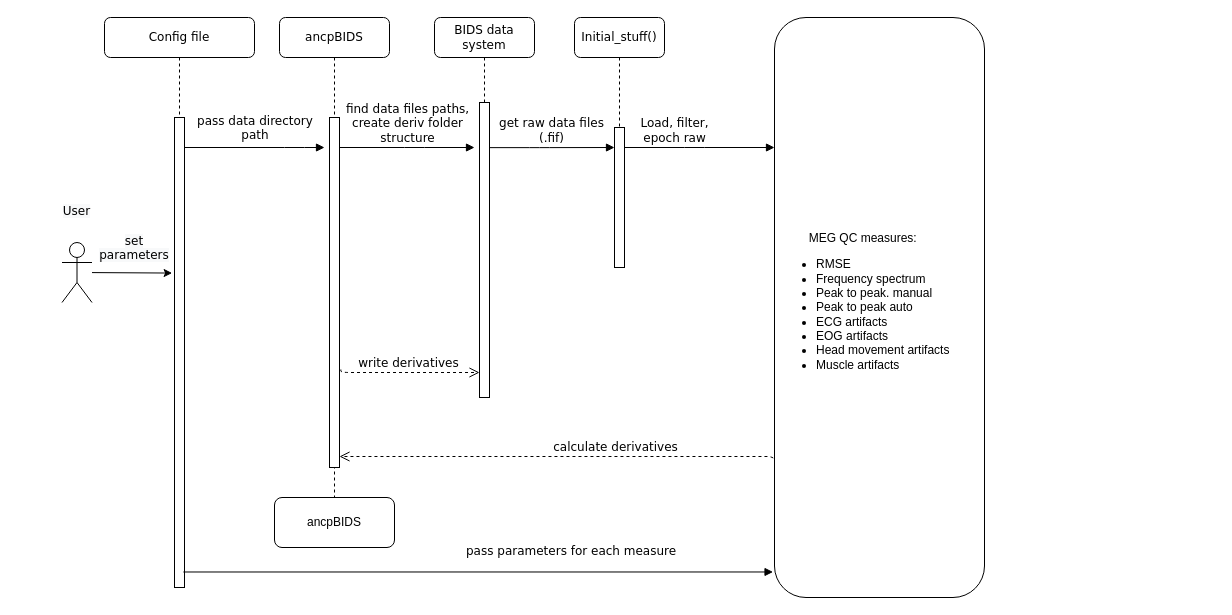
Before: MEG_QC_flow_small.drawio in oldgandalf/MEGqcJorge, a draw.io diagram. Source tidied: cells renumbered, new cells numbered last; positions are measured from the earlier drawing's top-left corner, leaving out a move shared by most shapes. Both pictures are drawn from the tidied source at 100%, with x=0, y=0 at pixel (39, 17).
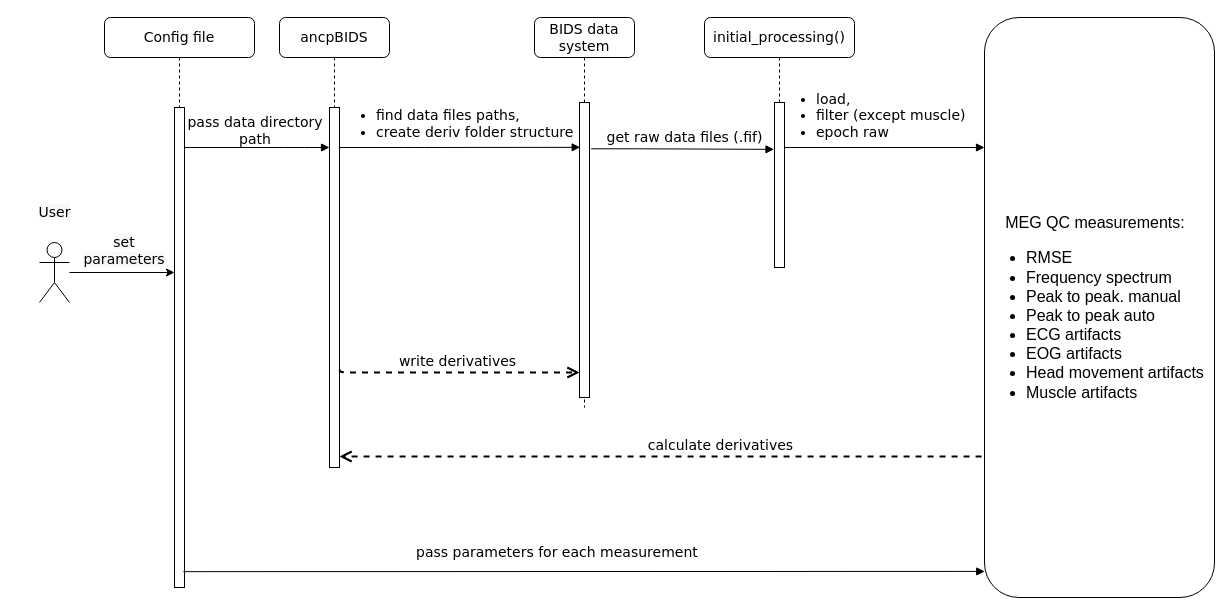
Above is the later version.

Commit message (it also covers changes not shown here):
adding error messages for user input. correcting flow diagrams

Diff of the diagram source:
```diff
@@
-    <mxCell id="2" value="ancpBIDS" style="shape=umlLifeline;perimeter=lifelinePerimeter;whiteSpace=wrap;html=1;rounded=1;shadow=0;comic=0;labelBackgroundColor=none;strokeWidth=1;fontFamily=Verdana;fontSize=12;align=center;" parent="1" vertex="1">
-      <mxGeometry x="240" width="110" height="480" as="geometry" />
+    <mxCell id="2" value="ancpBIDS" style="shape=umlLifeline;perimeter=lifelinePerimeter;whiteSpace=wrap;html=1;rounded=1;shadow=0;comic=0;labelBackgroundColor=none;strokeWidth=1;fontFamily=Verdana;fontSize=14;align=center;" parent="1" vertex="1">
+      <mxGeometry x="240" width="110" height="450" as="geometry" />
     </mxCell>
-    <mxCell id="3" style="html=1;points=[];perimeter=orthogonalPerimeter;rounded=0;shadow=0;comic=0;labelBackgroundColor=none;strokeWidth=1;fontFamily=Verdana;fontSize=12;align=center;" parent="2" vertex="1">
-      <mxGeometry x="50" y="100" width="10" height="350" as="geometry" />
+    <mxCell id="3" style="html=1;points=[];perimeter=orthogonalPerimeter;rounded=0;shadow=0;comic=0;labelBackgroundColor=none;strokeWidth=1;fontFamily=Verdana;fontSize=14;align=center;" parent="2" vertex="1">
+      <mxGeometry x="50" y="90" width="10" height="360" as="geometry" />
     </mxCell>
-    <mxCell id="4" value="BIDS data system" style="shape=umlLifeline;perimeter=lifelinePerimeter;whiteSpace=wrap;html=1;rounded=1;shadow=0;comic=0;labelBackgroundColor=none;strokeWidth=1;fontFamily=Verdana;fontSize=12;align=center;" parent="1" vertex="1">
-      <mxGeometry x="395" width="100" height="380" as="geometry" />
+    <mxCell id="4" value="BIDS data system" style="shape=umlLifeline;perimeter=lifelinePerimeter;whiteSpace=wrap;html=1;rounded=1;shadow=0;comic=0;labelBackgroundColor=none;strokeWidth=1;fontFamily=Verdana;fontSize=14;align=center;" parent="1" vertex="1">
+      <mxGeometry x="495" width="100" height="390" as="geometry" />
     </mxCell>
-    <mxCell id="5" style="html=1;points=[];perimeter=orthogonalPerimeter;rounded=0;shadow=0;comic=0;labelBackgroundColor=none;strokeWidth=1;fontFamily=Verdana;fontSize=12;align=center;" parent="4" vertex="1">
+    <mxCell id="5" style="html=1;points=[];perimeter=orthogonalPerimeter;rounded=0;shadow=0;comic=0;labelBackgroundColor=none;strokeWidth=1;fontFamily=Verdana;fontSize=14;align=center;" parent="4" vertex="1">
       <mxGeometry x="45" y="85" width="10" height="295" as="geometry" />
     </mxCell>
-    <mxCell id="6" value="Config file" style="shape=umlLifeline;perimeter=lifelinePerimeter;whiteSpace=wrap;html=1;rounded=1;shadow=0;comic=0;labelBackgroundColor=none;strokeWidth=1;fontFamily=Verdana;fontSize=12;align=center;" parent="1" vertex="1">
+    <mxCell id="6" value="Config file" style="shape=umlLifeline;perimeter=lifelinePerimeter;whiteSpace=wrap;html=1;rounded=1;shadow=0;comic=0;labelBackgroundColor=none;strokeWidth=1;fontFamily=Verdana;fontSize=14;align=center;" parent="1" vertex="1">
       <mxGeometry x="65" width="150" height="570" as="geometry" />
     </mxCell>
-    <mxCell id="7" style="html=1;points=[];perimeter=orthogonalPerimeter;rounded=0;shadow=0;comic=0;labelBackgroundColor=none;strokeWidth=1;fontFamily=Verdana;fontSize=12;align=center;" parent="6" vertex="1">
-      <mxGeometry x="70" y="100" width="10" height="470" as="geometry" />
+    <mxCell id="7" style="html=1;points=[];perimeter=orthogonalPerimeter;rounded=0;shadow=0;comic=0;labelBackgroundColor=none;strokeWidth=1;fontFamily=Verdana;fontSize=14;align=center;" parent="6" vertex="1">
+      <mxGeometry x="70" y="90" width="10" height="480" as="geometry" />
     </mxCell>
-    <mxCell id="8" value="&lt;div style=&quot;text-align: center;&quot;&gt;&lt;span style=&quot;background-color: initial;&quot;&gt;&lt;font face=&quot;Verdana&quot;&gt;pass data directory path&lt;/font&gt;&lt;/span&gt;&lt;/div&gt;" style="text;whiteSpace=wrap;html=1;" parent="6" vertex="1">
+    <mxCell id="8" value="&lt;div style=&quot;text-align: center; font-size: 14px;&quot;&gt;&lt;span style=&quot;background-color: initial; font-size: 14px;&quot;&gt;&lt;font face=&quot;Verdana&quot; style=&quot;font-size: 14px;&quot;&gt;pass data directory path&lt;/font&gt;&lt;/span&gt;&lt;/div&gt;" style="text;whiteSpace=wrap;html=1;fontSize=14;" parent="6" vertex="1">
       <mxGeometry x="80" y="90" width="140" height="50" as="geometry" />
     </mxCell>
+    <mxCell id="14" value="&lt;span style=&quot;color: rgb(0, 0, 0); font-family: Verdana; font-size: 14px; font-style: normal; font-variant-ligatures: normal; font-variant-caps: normal; font-weight: 400; letter-spacing: normal; orphans: 2; text-indent: 0px; text-transform: none; widows: 2; word-spacing: 0px; -webkit-text-stroke-width: 0px; background-color: rgb(248, 249, 250); text-decoration-thickness: initial; text-decoration-style: initial; text-decoration-color: initial; float: none; display: inline !important;&quot;&gt;set parameters&lt;/span&gt;" style="text;whiteSpace=wrap;html=1;align=center;fontSize=14;" parent="6" vertex="1">
+      <mxGeometry x="-20" y="210" width="80" height="40" as="geometry" />
+    </mxCell>
-    <mxCell id="9" value="calculate derivatives" style="html=1;verticalAlign=bottom;endArrow=open;dashed=1;endSize=8;labelBackgroundColor=none;fontFamily=Verdana;fontSize=12;edgeStyle=elbowEdgeStyle;elbow=vertical;exitX=0.012;exitY=0.954;exitDx=0;exitDy=0;exitPerimeter=0;" parent="1" edge="1" source="15" target="3">
+    <mxCell id="9" value="calculate derivatives" style="html=1;verticalAlign=bottom;endArrow=open;dashed=1;endSize=8;labelBackgroundColor=none;fontFamily=Verdana;fontSize=14;edgeStyle=elbowEdgeStyle;elbow=vertical;exitX=0.012;exitY=0.954;exitDx=0;exitDy=0;exitPerimeter=0;rounded=0;strokeWidth=2;" parent="1" edge="1" source="15" target="3">
       <mxGeometry relative="1" as="geometry">
         <Array as="points">
           <mxPoint x="405" y="439" />
         </Array>
       </mxGeometry>
     </mxCell>
-    <mxCell id="10" style="html=1;verticalAlign=bottom;endArrow=block;labelBackgroundColor=none;fontFamily=Verdana;fontSize=12;edgeStyle=elbowEdgeStyle;elbow=vertical;" parent="1" edge="1" source="7">
+    <mxCell id="10" style="html=1;verticalAlign=bottom;endArrow=block;labelBackgroundColor=none;fontFamily=Verdana;fontSize=14;edgeStyle=elbowEdgeStyle;elbow=vertical;" parent="1" edge="1" source="7">
       <mxGeometry relative="1" as="geometry">
-        <mxPoint x="285" y="130" as="targetPoint" />
+        <mxPoint x="290" y="130" as="targetPoint" />
         <Array as="points">
           <mxPoint x="255" y="130" />
         </Array>
       </mxGeometry>
     </mxCell>
-    <mxCell id="11" value="find data files paths, &lt;br&gt;create deriv folder &lt;br&gt;structure" style="html=1;verticalAlign=bottom;endArrow=block;labelBackgroundColor=none;fontFamily=Verdana;fontSize=12;edgeStyle=elbowEdgeStyle;elbow=horizontal;" parent="1" edge="1" source="3">
-      <mxGeometry relative="1" as="geometry">
-        <mxPoint x="435" y="130" as="targetPoint" />
+    <mxCell id="11" value="&lt;ul style=&quot;font-size: 14px;&quot;&gt;&lt;li style=&quot;font-size: 14px;&quot;&gt;&lt;span style=&quot;background-color: initial; font-size: 14px;&quot;&gt;find data files paths,&lt;/span&gt;&lt;/li&gt;&lt;li style=&quot;font-size: 14px;&quot;&gt;&lt;span style=&quot;background-color: initial; font-size: 14px;&quot;&gt;create deriv folder structure&lt;/span&gt;&lt;/li&gt;&lt;/ul&gt;" style="html=1;verticalAlign=bottom;endArrow=block;labelBackgroundColor=none;fontFamily=Verdana;fontSize=14;edgeStyle=elbowEdgeStyle;elbow=horizontal;align=left;entryX=0.069;entryY=0.152;entryDx=0;entryDy=0;entryPerimeter=0;" parent="1" edge="1" source="3" target="5">
+      <mxGeometry x="-1" y="-11" relative="1" as="geometry">
         <Array as="points">
           <mxPoint x="375" y="130" />
         </Array>
+        <mxPoint x="-5" y="-1" as="offset" />
       </mxGeometry>
     </mxCell>
-    <mxCell id="12" style="shape=umlActor;verticalLabelPosition=bottom;verticalAlign=top;html=1;outlineConnect=0;" parent="1" vertex="1">
-      <mxGeometry x="22.5" y="225" width="30" height="60" as="geometry" />
+    <mxCell id="12" style="shape=umlActor;verticalLabelPosition=bottom;verticalAlign=top;html=1;outlineConnect=0;fontSize=14;" parent="1" vertex="1">
+      <mxGeometry y="225" width="30" height="60" as="geometry" />
     </mxCell>
-    <mxCell id="13" style="endArrow=classic;html=1;rounded=0;entryX=-0.238;entryY=0.331;entryDx=0;entryDy=0;entryPerimeter=0;" parent="1" edge="1" source="12" target="7">
-      <mxGeometry relative="1" as="geometry" />
+    <mxCell id="13" style="endArrow=classic;html=1;rounded=0;fontSize=14;" parent="1" edge="1" source="12">
+      <mxGeometry relative="1" as="geometry">
+        <mxPoint x="135" y="255" as="targetPoint" />
+      </mxGeometry>
     </mxCell>
-    <mxCell id="14" value="&lt;span style=&quot;color: rgb(0, 0, 0); font-family: Verdana; font-size: 12px; font-style: normal; font-variant-ligatures: normal; font-variant-caps: normal; font-weight: 400; letter-spacing: normal; orphans: 2; text-indent: 0px; text-transform: none; widows: 2; word-spacing: 0px; -webkit-text-stroke-width: 0px; background-color: rgb(248, 249, 250); text-decoration-thickness: initial; text-decoration-style: initial; text-decoration-color: initial; float: none; display: inline !important;&quot;&gt;set parameters&lt;/span&gt;" style="text;whiteSpace=wrap;html=1;align=center;" parent="1" vertex="1">
-      <mxGeometry x="55" y="210" width="80" height="40" as="geometry" />
-    </mxCell>
-    <mxCell id="15" value="&lt;div style=&quot;text-align: center;&quot;&gt;&lt;span style=&quot;background-color: initial;&quot;&gt;MEG QC measures:&lt;/span&gt;&lt;/div&gt;&lt;ul&gt;&lt;li&gt;RMSE&lt;/li&gt;&lt;li&gt;Frequency spectrum&lt;/li&gt;&lt;li&gt;Peak to peak. manual&lt;/li&gt;&lt;li&gt;Peak to peak auto&lt;/li&gt;&lt;li&gt;ECG artifacts&lt;/li&gt;&lt;li&gt;EOG artifacts&lt;/li&gt;&lt;li&gt;Head movement artifacts&lt;/li&gt;&lt;li&gt;Muscle artifacts&lt;/li&gt;&lt;/ul&gt;" style="rounded=1;whiteSpace=wrap;html=1;align=left;horizontal=1;verticalAlign=middle;" parent="1" vertex="1">
-      <mxGeometry x="735" width="210" height="580" as="geometry" />
+    <mxCell id="15" value="&lt;p style=&quot;line-height: 1.2; font-size: 16px;&quot;&gt;&lt;/p&gt;&lt;div style=&quot;text-align: center; font-size: 16px;&quot;&gt;&lt;span style=&quot;background-color: initial; font-size: 16px;&quot;&gt;&lt;font style=&quot;font-size: 16px;&quot;&gt;MEG QC measurements:&lt;/font&gt;&lt;/span&gt;&lt;/div&gt;&lt;ul style=&quot;font-size: 16px;&quot;&gt;&lt;li style=&quot;font-size: 16px;&quot;&gt;&lt;font style=&quot;font-size: 16px;&quot;&gt;RMSE&lt;/font&gt;&lt;/li&gt;&lt;li style=&quot;font-size: 16px;&quot;&gt;&lt;font style=&quot;font-size: 16px;&quot;&gt;Frequency spectrum&lt;/font&gt;&lt;/li&gt;&lt;li style=&quot;font-size: 16px;&quot;&gt;&lt;font style=&quot;font-size: 16px;&quot;&gt;Peak to peak. manual&lt;/font&gt;&lt;/li&gt;&lt;li style=&quot;font-size: 16px;&quot;&gt;&lt;font style=&quot;font-size: 16px;&quot;&gt;Peak to peak auto&lt;/font&gt;&lt;/li&gt;&lt;li style=&quot;font-size: 16px;&quot;&gt;&lt;font style=&quot;font-size: 16px;&quot;&gt;ECG artifacts&lt;/font&gt;&lt;/li&gt;&lt;li style=&quot;font-size: 16px;&quot;&gt;&lt;font style=&quot;font-size: 16px;&quot;&gt;EOG artifacts&lt;/font&gt;&lt;/li&gt;&lt;li style=&quot;font-size: 16px;&quot;&gt;&lt;font style=&quot;font-size: 16px;&quot;&gt;Head movement artifacts&lt;/font&gt;&lt;/li&gt;&lt;li style=&quot;font-size: 16px;&quot;&gt;&lt;font style=&quot;font-size: 16px;&quot;&gt;Muscle artifacts&lt;/font&gt;&lt;/li&gt;&lt;/ul&gt;&lt;p style=&quot;font-size: 16px;&quot;&gt;&lt;/p&gt;" style="rounded=1;whiteSpace=wrap;html=1;align=left;horizontal=1;verticalAlign=middle;fontSize=16;" parent="1" vertex="1">
+      <mxGeometry x="945" width="230" height="580" as="geometry" />
     </mxCell>
-    <mxCell id="16" value="&lt;span style=&quot;color: rgb(0, 0, 0); font-family: Verdana; font-size: 12px; font-style: normal; font-variant-ligatures: normal; font-variant-caps: normal; font-weight: 400; letter-spacing: normal; orphans: 2; text-indent: 0px; text-transform: none; widows: 2; word-spacing: 0px; -webkit-text-stroke-width: 0px; background-color: rgb(248, 249, 250); text-decoration-thickness: initial; text-decoration-style: initial; text-decoration-color: initial; float: none; display: inline !important;&quot;&gt;User&lt;/span&gt;" style="text;whiteSpace=wrap;html=1;align=center;" parent="1" vertex="1">
-      <mxGeometry y="180" width="75" height="30" as="geometry" />
+    <mxCell id="16" value="&lt;span style=&quot;color: rgb(0, 0, 0); font-family: Verdana; font-size: 14px; font-style: normal; font-variant-ligatures: normal; font-variant-caps: normal; font-weight: 400; letter-spacing: normal; orphans: 2; text-indent: 0px; text-transform: none; widows: 2; word-spacing: 0px; -webkit-text-stroke-width: 0px; background-color: rgb(248, 249, 250); text-decoration-thickness: initial; text-decoration-style: initial; text-decoration-color: initial; float: none; display: inline !important;&quot;&gt;User&lt;/span&gt;" style="text;whiteSpace=wrap;html=1;align=center;fontSize=14;" parent="1" vertex="1">
+      <mxGeometry x="-22.5" y="180" width="75" height="30" as="geometry" />
     </mxCell>
-    <mxCell id="17" value="Load, filter,&lt;br&gt;epoch raw" style="html=1;verticalAlign=bottom;endArrow=block;labelBackgroundColor=none;fontFamily=Verdana;fontSize=12;edgeStyle=elbowEdgeStyle;elbow=vertical;" parent="1" edge="1" source="19">
-      <mxGeometry x="-0.33" relative="1" as="geometry">
-        <mxPoint x="735" y="130" as="targetPoint" />
+    <mxCell id="17" value="&lt;ul style=&quot;font-size: 14px;&quot;&gt;&lt;li style=&quot;font-size: 14px;&quot;&gt;load,&amp;nbsp;&lt;/li&gt;&lt;li style=&quot;font-size: 14px;&quot;&gt;filter (except muscle)&lt;/li&gt;&lt;li style=&quot;font-size: 14px;&quot;&gt;epoch raw&lt;/li&gt;&lt;/ul&gt;" style="html=1;verticalAlign=bottom;endArrow=block;labelBackgroundColor=none;fontFamily=Verdana;fontSize=14;edgeStyle=elbowEdgeStyle;elbow=vertical;align=left;entryX=0;entryY=0.224;entryDx=0;entryDy=0;entryPerimeter=0;" parent="1" edge="1" source="19" target="15">
+      <mxGeometry x="-1" y="-14" relative="1" as="geometry">
         <Array as="points">
-          <mxPoint x="655" y="130" />
+          <mxPoint x="765" y="130" />
         </Array>
+        <mxPoint x="-10" y="-4" as="offset" />
       </mxGeometry>
     </mxCell>
-    <mxCell id="18" value="Initial_stuff()" style="shape=umlLifeline;perimeter=lifelinePerimeter;whiteSpace=wrap;html=1;rounded=1;shadow=0;comic=0;labelBackgroundColor=none;strokeWidth=1;fontFamily=Verdana;fontSize=12;align=center;" parent="1" vertex="1">
-      <mxGeometry x="535" width="90" height="250" as="geometry" />
+    <mxCell id="18" value="initial_processing()" style="shape=umlLifeline;perimeter=lifelinePerimeter;whiteSpace=wrap;html=1;rounded=1;shadow=0;comic=0;labelBackgroundColor=none;strokeWidth=1;fontFamily=Verdana;fontSize=14;align=center;" parent="1" vertex="1">
+      <mxGeometry x="665" width="150" height="250" as="geometry" />
     </mxCell>
-    <mxCell id="19" style="html=1;points=[];perimeter=orthogonalPerimeter;rounded=0;shadow=0;comic=0;labelBackgroundColor=none;strokeWidth=1;fontFamily=Verdana;fontSize=12;align=center;" parent="18" vertex="1">
-      <mxGeometry x="40" y="110" width="10" height="140" as="geometry" />
+    <mxCell id="19" style="html=1;points=[];perimeter=orthogonalPerimeter;rounded=0;shadow=0;comic=0;labelBackgroundColor=none;strokeWidth=1;fontFamily=Verdana;fontSize=14;align=center;" parent="18" vertex="1">
+      <mxGeometry x="70" y="85" width="10" height="165" as="geometry" />
     </mxCell>
-    <mxCell id="20" style="html=1;verticalAlign=bottom;endArrow=block;entryX=-0.007;entryY=0.956;labelBackgroundColor=none;fontFamily=Verdana;fontSize=12;strokeColor=#000000;entryDx=0;entryDy=0;exitX=0.887;exitY=0.967;exitDx=0;exitDy=0;exitPerimeter=0;entryPerimeter=0;" parent="1" edge="1" source="7" target="15">
+    <mxCell id="20" style="html=1;verticalAlign=bottom;endArrow=block;entryX=0.001;entryY=0.955;labelBackgroundColor=none;fontFamily=Verdana;fontSize=14;strokeColor=#000000;entryDx=0;entryDy=0;exitX=0.887;exitY=0.967;exitDx=0;exitDy=0;exitPerimeter=0;entryPerimeter=0;" parent="1" edge="1" source="7" target="15">
       <mxGeometry relative="1" as="geometry" />
     </mxCell>
-    <mxCell id="21" value="&lt;div style=&quot;text-align: center;&quot;&gt;&lt;span style=&quot;background-color: initial;&quot;&gt;&lt;font face=&quot;Verdana&quot;&gt;pass parameters for each measure&lt;/font&gt;&lt;/span&gt;&lt;/div&gt;" style="text;whiteSpace=wrap;html=1;" parent="1" vertex="1">
-      <mxGeometry x="425" y="520" width="240" height="30" as="geometry" />
+    <mxCell id="21" value="&lt;div style=&quot;text-align: center; font-size: 14px;&quot;&gt;&lt;span style=&quot;background-color: initial; font-size: 14px;&quot;&gt;&lt;font face=&quot;Verdana&quot; style=&quot;font-size: 14px;&quot;&gt;pass parameters for each measurement&lt;/font&gt;&lt;/span&gt;&lt;/div&gt;" style="text;whiteSpace=wrap;html=1;fontSize=14;" parent="1" vertex="1">
+      <mxGeometry x="375" y="520" width="310" height="30" as="geometry" />
     </mxCell>
-    <mxCell id="22" value="write derivatives" style="html=1;verticalAlign=bottom;endArrow=open;dashed=1;endSize=8;labelBackgroundColor=none;fontFamily=Verdana;fontSize=12;edgeStyle=elbowEdgeStyle;elbow=vertical;exitX=1.137;exitY=0.72;exitDx=0;exitDy=0;exitPerimeter=0;" parent="1" edge="1" source="3" target="5">
+    <mxCell id="22" value="write derivatives" style="html=1;verticalAlign=bottom;endArrow=open;dashed=1;endSize=8;labelBackgroundColor=none;fontFamily=Verdana;fontSize=14;edgeStyle=elbowEdgeStyle;elbow=vertical;exitX=1.03;exitY=0.728;exitDx=0;exitDy=0;exitPerimeter=0;strokeWidth=2;" parent="1" edge="1" source="3" target="5">
       <mxGeometry relative="1" as="geometry">
         <Array as="points">
           <mxPoint x="385" y="355" />
         </Array>
       </mxGeometry>
     </mxCell>
-    <mxCell id="23" value="get raw data files &lt;br&gt;(.fif)" style="html=1;verticalAlign=bottom;endArrow=block;labelBackgroundColor=none;fontFamily=Verdana;fontSize=12;edgeStyle=elbowEdgeStyle;elbow=horizontal;exitX=1.043;exitY=0.153;exitDx=0;exitDy=0;exitPerimeter=0;entryX=0;entryY=0.143;entryDx=0;entryDy=0;entryPerimeter=0;" parent="1" edge="1" source="5" target="19">
-      <mxGeometry relative="1" as="geometry">
+    <mxCell id="23" value="get raw data files (.fif)" style="html=1;verticalAlign=bottom;endArrow=block;labelBackgroundColor=none;fontFamily=Verdana;fontSize=14;edgeStyle=elbowEdgeStyle;elbow=horizontal;entryX=-0.048;entryY=0.284;entryDx=0;entryDy=0;entryPerimeter=0;exitX=1.167;exitY=0.157;exitDx=0;exitDy=0;exitPerimeter=0;" parent="1" edge="1" source="5" target="19">
+      <mxGeometry x="0.03" y="1" relative="1" as="geometry">
         <Array as="points">
-          <mxPoint x="500" y="145.8" />
+          <mxPoint x="605" y="130" />
+          <mxPoint x="655" y="130" />
+          <mxPoint x="635" y="130" />
+          <mxPoint x="595" y="130" />
+          <mxPoint x="555" y="130" />
         </Array>
       </mxGeometry>
     </mxCell>
-    <mxCell id="24" value="ancpBIDS" style="rounded=1;whiteSpace=wrap;html=1;" parent="1" vertex="1">
-      <mxGeometry x="235" y="480" width="120" height="50" as="geometry" />
-    </mxCell>
```
